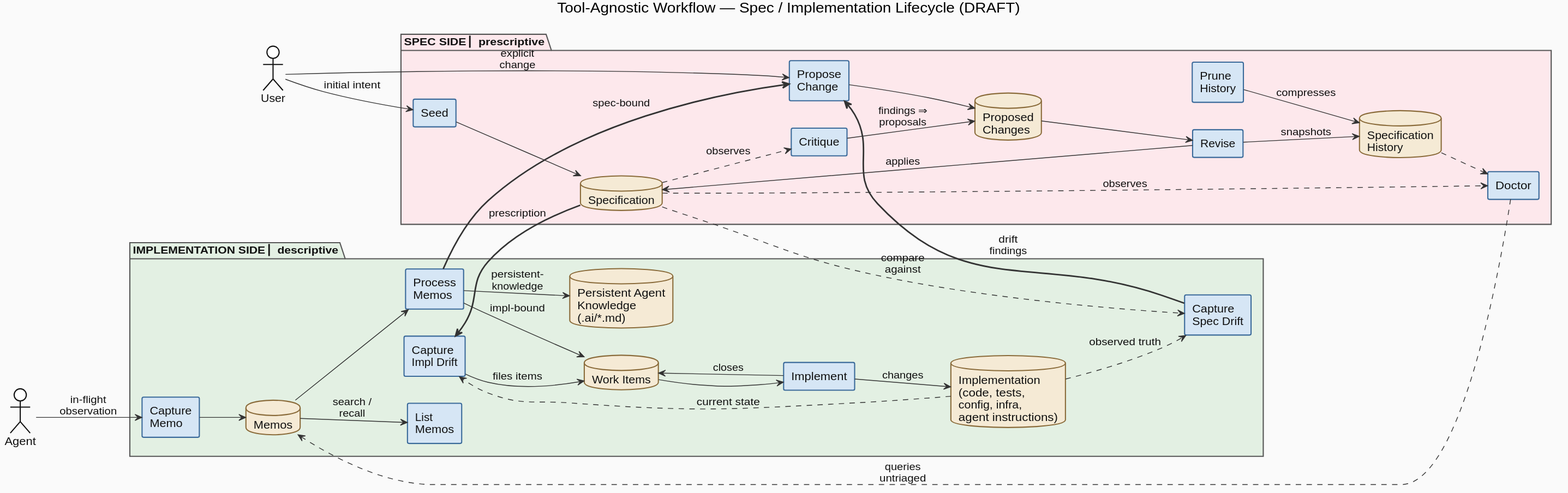
Before: research/workflow-processes/diagrams/draft-tool-agnostic-workflow.svg, a diagram exported from PlantUML (thewoolleyman/livespec). The source it was exported from:
```plantuml
@startuml draft-tool-agnostic-workflow
title Tool-Agnostic Workflow — Spec / Implementation Lifecycle (DRAFT)


left to right direction


skinparam defaultFontName Helvetica
skinparam shadowing false
skinparam BackgroundColor #fafafa
skinparam ArrowColor #333
skinparam ArrowFontColor #111
skinparam ArrowThickness 1

skinparam package {
  FontColor #111
  FontSize 13
  FontStyle bold
  BorderColor #555
  BorderThickness 2
}

skinparam rectangle {
  BackgroundColor #d6e6f5
  BorderColor #3a6a9a
  FontColor #111
  RoundCorner 4
}

skinparam database {
  BackgroundColor #f5ead5
  BorderColor #8a6b3a
  FontColor #111
}

skinparam actor {
  BackgroundColor #ffffff
  BorderColor #111
  FontColor #111
}


actor "User" as User
actor "Agent" as Agent


package "SPEC SIDE  ▏prescriptive" as SpecPkg #fde8ec {

  rectangle "Seed" as Seed
  rectangle "Propose\nChange" as Propose
  rectangle "Critique" as Critique
  rectangle "Revise" as Revise
  rectangle "Doctor" as Doctor
  rectangle "Prune\nHistory" as Prune

  database "Specification" as Spec
  database "Proposed\nChanges" as PCQueue
  database "Specification\nHistory" as History
}


package "IMPLEMENTATION SIDE  ▏descriptive" as ImplPkg #e3f0e3 {

  rectangle "Capture\nImpl Drift" as CaptureImplDrift
  rectangle "Implement" as Implement
  rectangle "Capture\nSpec Drift" as CaptureSpecDrift
  rectangle "Capture\nMemo" as CaptureMemo
  rectangle "List\nMemos" as ListMemos
  rectangle "Process\nMemos" as ProcessMemos

  database "Implementation\n(code, tests,\nconfig, infra,\nagent instructions)" as Impl
  database "Work Items" as WorkItems
  database "Memos" as Memos
  database "Persistent Agent\nKnowledge\n(.ai/*.md)" as AgentKnowledge
}


User --> Seed : initial intent
User --> Propose : explicit\nchange
Agent --> CaptureMemo : in-flight\nobservation


Seed --> Spec
Propose --> PCQueue
PCQueue --> Revise
Revise --> Spec : applies
Revise --> History : snapshots
Spec ..> Critique : observes
Critique --> PCQueue : findings ⇒\nproposals
Spec ..> Doctor : observes
History ..> Doctor
Prune --> History : compresses


Spec ===> CaptureImplDrift : prescription


Impl ..> CaptureImplDrift : current state
CaptureImplDrift --> WorkItems : files items
WorkItems --> Implement
Implement --> Impl : changes
Implement --> WorkItems : closes


Impl ..> CaptureSpecDrift : observed truth
Spec ..> CaptureSpecDrift : compare\nagainst


CaptureMemo --> Memos
Memos --> ListMemos : search /\nrecall
Memos --> ProcessMemos
ProcessMemos --> WorkItems : impl-bound
ProcessMemos --> AgentKnowledge : persistent-\nknowledge


ProcessMemos ===> Propose : spec-bound
CaptureSpecDrift ===> Propose : drift\nfindings


Doctor ..===> Memos : queries\nuntriaged

@enduml
```
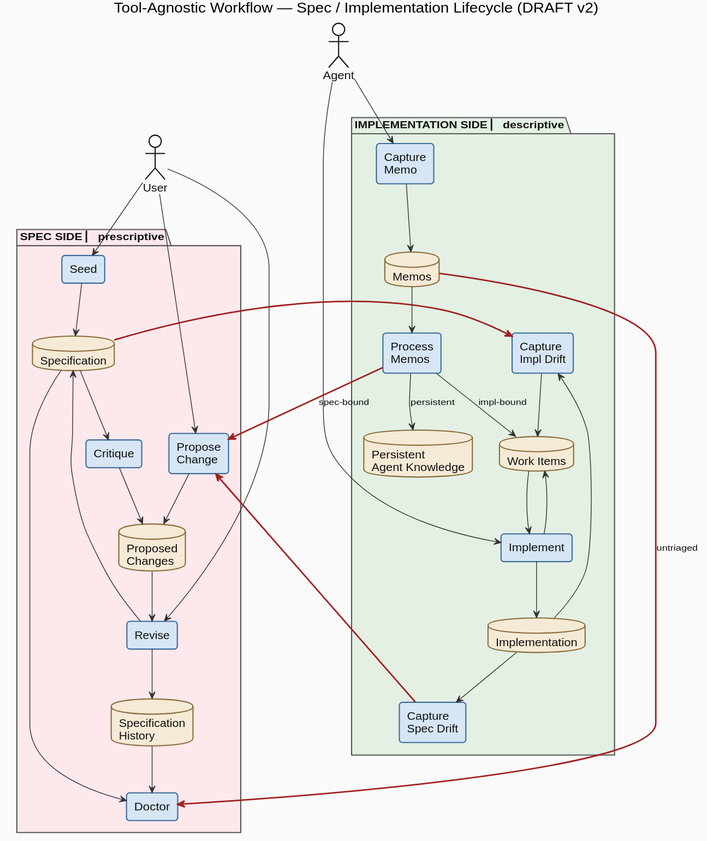
After the change.

Commit message:
docs(research): revise draft workflow diagram per review (v2)

Change to the diagram source:
```diff
@@ -1,8 +1,8 @@
 @startuml draft-tool-agnostic-workflow
-title Tool-Agnostic Workflow — Spec / Implementation Lifecycle (DRAFT)
+title Tool-Agnostic Workflow — Spec / Implementation Lifecycle (DRAFT v2)
 
 
-left to right direction
+top to bottom direction
 
 
 skinparam defaultFontName Helvetica
@@ -10,7 +10,7 @@
 skinparam BackgroundColor #fafafa
 skinparam ArrowColor #333
 skinparam ArrowFontColor #111
-skinparam ArrowThickness 1
+skinparam ArrowFontSize 11
 
 skinparam package {
   FontColor #111
@@ -24,7 +24,7 @@
   BackgroundColor #d6e6f5
   BorderColor #3a6a9a
   FontColor #111
-  RoundCorner 4
+  RoundCorner 8
 }
 
 skinparam database {
@@ -44,14 +44,13 @@
 actor "Agent" as Agent
 
 
-package "SPEC SIDE  ▏prescriptive" as SpecPkg #fde8ec {
+package "SPEC SIDE  ▏ prescriptive" as SpecPkg #fde8ec {
 
   rectangle "Seed" as Seed
   rectangle "Propose\nChange" as Propose
   rectangle "Critique" as Critique
   rectangle "Revise" as Revise
   rectangle "Doctor" as Doctor
-  rectangle "Prune\nHistory" as Prune
 
   database "Specification" as Spec
   database "Proposed\nChanges" as PCQueue
@@ -59,64 +58,64 @@
 }
 
 
-package "IMPLEMENTATION SIDE  ▏descriptive" as ImplPkg #e3f0e3 {
+package "IMPLEMENTATION SIDE  ▏ descriptive" as ImplPkg #e3f0e3 {
 
   rectangle "Capture\nImpl Drift" as CaptureImplDrift
   rectangle "Implement" as Implement
   rectangle "Capture\nSpec Drift" as CaptureSpecDrift
   rectangle "Capture\nMemo" as CaptureMemo
-  rectangle "List\nMemos" as ListMemos
   rectangle "Process\nMemos" as ProcessMemos
 
-  database "Implementation\n(code, tests,\nconfig, infra,\nagent instructions)" as Impl
+  database "Implementation" as Impl
   database "Work Items" as WorkItems
   database "Memos" as Memos
-  database "Persistent Agent\nKnowledge\n(.ai/*.md)" as AgentKnowledge
+  database "Persistent\nAgent Knowledge" as AgentKnowledge
 }
 
 
-User --> Seed : initial intent
-User --> Propose : explicit\nchange
-Agent --> CaptureMemo : in-flight\nobservation
+User --> Seed
+User --> Propose
+User --> Revise
+Agent --> CaptureMemo
+Agent --> Implement
 
 
 Seed --> Spec
 Propose --> PCQueue
 PCQueue --> Revise
-Revise --> Spec : applies
-Revise --> History : snapshots
-Spec ..> Critique : observes
-Critique --> PCQueue : findings ⇒\nproposals
-Spec ..> Doctor : observes
-History ..> Doctor
-Prune --> History : compresses
+Revise --> Spec
+Revise --> History
+Spec --> Critique
+Critique --> PCQueue
+Spec --> Doctor
+History --> Doctor
 
 
-Spec ===> CaptureImplDrift : prescription
+Spec -[#a02020,thickness=2]-> CaptureImplDrift
 
 
-Impl ..> CaptureImplDrift : current state
-CaptureImplDrift --> WorkItems : files items
+Impl --> CaptureImplDrift
+CaptureImplDrift --> WorkItems
 WorkItems --> Implement
-Implement --> Impl : changes
-Implement --> WorkItems : closes
+Implement --> Impl
+Implement --> WorkItems
 
 
-Impl ..> CaptureSpecDrift : observed truth
-Spec ..> CaptureSpecDrift : compare\nagainst
+Impl --> CaptureSpecDrift
+
+
+CaptureSpecDrift -[#a02020,thickness=2]-> Propose
 
 
 CaptureMemo --> Memos
-Memos --> ListMemos : search /\nrecall
 Memos --> ProcessMemos
 ProcessMemos --> WorkItems : impl-bound
-ProcessMemos --> AgentKnowledge : persistent-\nknowledge
+ProcessMemos --> AgentKnowledge : persistent
 
 
-ProcessMemos ===> Propose : spec-bound
-CaptureSpecDrift ===> Propose : drift\nfindings
+ProcessMemos -[#a02020,thickness=2]-> Propose : spec-bound
 
 
-Doctor ..===> Memos : queries\nuntriaged
+Memos -[#a02020,thickness=2]-> Doctor : untriaged
 
 @enduml
```
